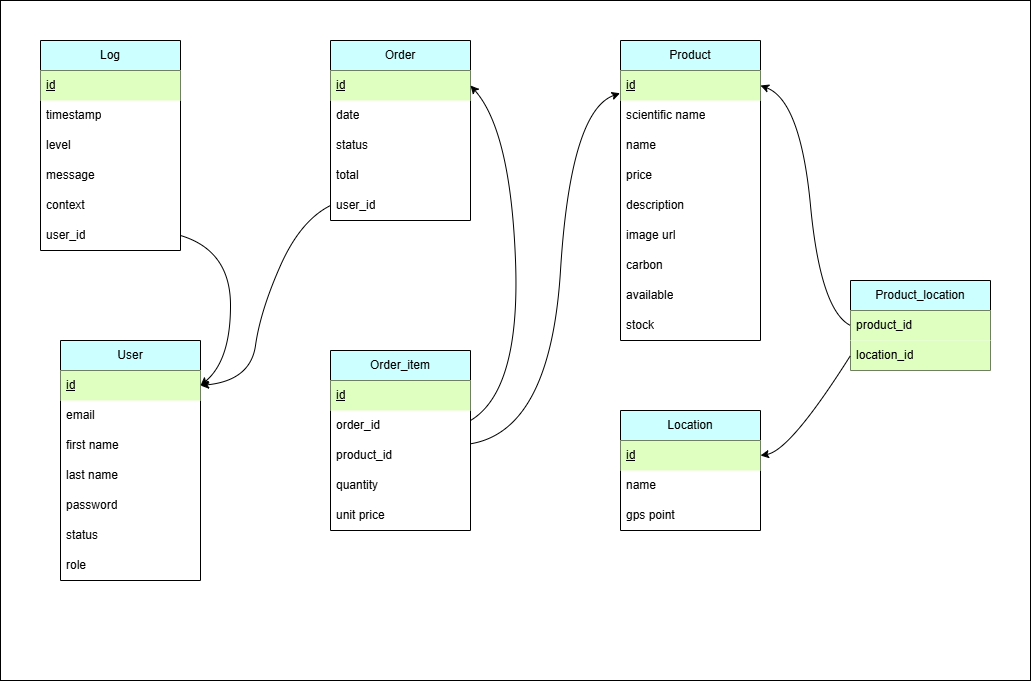
Earlier version of the draw.io export documents/Apothéose/merise/mld/MLD_GreenRoots.drawio.png (Salyarket/GreenRoots-Conception). Source tidied: cells renumbered, new cells last; positions are measured from the earlier drawing's top-left corner, leaving out a move shared by most shapes. Source of this version:
```xml
<mxGraphModel>
  <root>
    <mxCell id="0" />
    <mxCell id="1" parent="0" />
    <mxCell id="2" style="rounded=0;whiteSpace=wrap;html=1;" parent="1" vertex="1">
      <mxGeometry width="1030" height="680" as="geometry" />
    </mxCell>
    <mxCell id="3" value="User" style="swimlane;fontStyle=0;horizontal=1;startSize=30;whiteSpace=wrap;html=1;fillColor=#CCFFFF;" parent="1" vertex="1">
      <mxGeometry x="60" y="340" width="140" height="240" as="geometry" />
    </mxCell>
    <mxCell id="4" value="&lt;u&gt;id&lt;/u&gt;" style="text;strokeColor=none;fillColor=#DFFFC0;align=left;verticalAlign=middle;spacingLeft=4;spacingRight=4;overflow=hidden;points=[[0,0.5],[1,0.5]];portConstraint=eastwest;whiteSpace=wrap;html=1;" parent="3" vertex="1">
      <mxGeometry y="30" width="140" height="30" as="geometry" />
    </mxCell>
    <mxCell id="5" value="email" style="text;strokeColor=none;fillColor=none;align=left;verticalAlign=middle;spacingLeft=4;spacingRight=4;overflow=hidden;whiteSpace=wrap;html=1;" parent="3" vertex="1">
      <mxGeometry y="60" width="140" height="30" as="geometry" />
    </mxCell>
    <mxCell id="6" value="first name" style="text;strokeColor=none;fillColor=none;align=left;verticalAlign=middle;spacingLeft=4;spacingRight=4;overflow=hidden;whiteSpace=wrap;html=1;" parent="3" vertex="1">
      <mxGeometry y="90" width="140" height="30" as="geometry" />
    </mxCell>
    <mxCell id="7" value="last name" style="text;strokeColor=none;fillColor=none;align=left;verticalAlign=middle;spacingLeft=4;spacingRight=4;overflow=hidden;whiteSpace=wrap;html=1;" parent="3" vertex="1">
      <mxGeometry y="120" width="140" height="30" as="geometry" />
    </mxCell>
    <mxCell id="8" value="password" style="text;strokeColor=none;fillColor=none;align=left;verticalAlign=middle;spacingLeft=4;spacingRight=4;overflow=hidden;whiteSpace=wrap;html=1;" parent="3" vertex="1">
      <mxGeometry y="150" width="140" height="30" as="geometry" />
    </mxCell>
    <mxCell id="9" value="status" style="text;strokeColor=none;fillColor=none;align=left;verticalAlign=middle;spacingLeft=4;spacingRight=4;overflow=hidden;whiteSpace=wrap;html=1;" parent="3" vertex="1">
      <mxGeometry y="180" width="140" height="30" as="geometry" />
    </mxCell>
    <mxCell id="10" value="role" style="text;strokeColor=none;fillColor=none;align=left;verticalAlign=middle;spacingLeft=4;spacingRight=4;overflow=hidden;whiteSpace=wrap;html=1;" parent="3" vertex="1">
      <mxGeometry y="210" width="140" height="30" as="geometry" />
    </mxCell>
    <mxCell id="11" value="Product" style="swimlane;fontStyle=0;horizontal=1;startSize=30;whiteSpace=wrap;html=1;fillColor=#CCFFFF;" parent="1" vertex="1">
      <mxGeometry x="620" y="40" width="140" height="300" as="geometry" />
    </mxCell>
    <mxCell id="12" value="&lt;u&gt;id&lt;/u&gt;" style="text;strokeColor=none;fillColor=#DFFFC0;align=left;verticalAlign=middle;spacingLeft=4;spacingRight=4;overflow=hidden;points=[[0,0.5],[1,0.5]];portConstraint=eastwest;whiteSpace=wrap;html=1;" parent="11" vertex="1">
      <mxGeometry y="30" width="140" height="30" as="geometry" />
    </mxCell>
    <mxCell id="13" value="scientific name" style="text;strokeColor=none;fillColor=none;align=left;verticalAlign=middle;spacingLeft=4;spacingRight=4;overflow=hidden;whiteSpace=wrap;html=1;" parent="11" vertex="1">
      <mxGeometry y="60" width="140" height="30" as="geometry" />
    </mxCell>
    <mxCell id="14" value="name" style="text;strokeColor=none;fillColor=none;align=left;verticalAlign=middle;spacingLeft=4;spacingRight=4;overflow=hidden;whiteSpace=wrap;html=1;" parent="11" vertex="1">
      <mxGeometry y="90" width="140" height="30" as="geometry" />
    </mxCell>
    <mxCell id="15" value="price" style="text;strokeColor=none;fillColor=none;align=left;verticalAlign=middle;spacingLeft=4;spacingRight=4;overflow=hidden;whiteSpace=wrap;html=1;" parent="11" vertex="1">
      <mxGeometry y="120" width="140" height="30" as="geometry" />
    </mxCell>
    <mxCell id="16" value="description" style="text;strokeColor=none;fillColor=none;align=left;verticalAlign=middle;spacingLeft=4;spacingRight=4;overflow=hidden;whiteSpace=wrap;html=1;" parent="11" vertex="1">
      <mxGeometry y="150" width="140" height="30" as="geometry" />
    </mxCell>
    <mxCell id="17" value="image url" style="text;strokeColor=none;fillColor=none;align=left;verticalAlign=middle;spacingLeft=4;spacingRight=4;overflow=hidden;whiteSpace=wrap;html=1;" parent="11" vertex="1">
      <mxGeometry y="180" width="140" height="30" as="geometry" />
    </mxCell>
    <mxCell id="18" value="carbon" style="text;strokeColor=none;fillColor=none;align=left;verticalAlign=middle;spacingLeft=4;spacingRight=4;overflow=hidden;whiteSpace=wrap;html=1;" parent="11" vertex="1">
      <mxGeometry y="210" width="140" height="30" as="geometry" />
    </mxCell>
    <mxCell id="19" value="available" style="text;strokeColor=none;fillColor=none;align=left;verticalAlign=middle;spacingLeft=4;spacingRight=4;overflow=hidden;whiteSpace=wrap;html=1;" parent="11" vertex="1">
      <mxGeometry y="240" width="140" height="30" as="geometry" />
    </mxCell>
    <mxCell id="20" value="stock" style="text;strokeColor=none;fillColor=none;align=left;verticalAlign=middle;spacingLeft=4;spacingRight=4;overflow=hidden;whiteSpace=wrap;html=1;" parent="11" vertex="1">
      <mxGeometry y="270" width="140" height="30" as="geometry" />
    </mxCell>
    <mxCell id="21" value="Location" style="swimlane;fontStyle=0;horizontal=1;startSize=30;whiteSpace=wrap;html=1;fillColor=#CCFFFF;" parent="1" vertex="1">
      <mxGeometry x="620" y="410" width="140" height="120" as="geometry" />
    </mxCell>
    <mxCell id="22" value="&lt;u&gt;id&lt;/u&gt;" style="text;strokeColor=none;fillColor=#DFFFC0;align=left;verticalAlign=middle;spacingLeft=4;spacingRight=4;overflow=hidden;points=[[0,0.5],[1,0.5]];portConstraint=eastwest;whiteSpace=wrap;html=1;" parent="21" vertex="1">
      <mxGeometry y="30" width="140" height="30" as="geometry" />
    </mxCell>
    <mxCell id="23" value="name" style="text;strokeColor=none;fillColor=none;align=left;verticalAlign=middle;spacingLeft=4;spacingRight=4;overflow=hidden;whiteSpace=wrap;html=1;" parent="21" vertex="1">
      <mxGeometry y="60" width="140" height="30" as="geometry" />
    </mxCell>
    <mxCell id="24" value="gps point" style="text;strokeColor=none;fillColor=none;align=left;verticalAlign=middle;spacingLeft=4;spacingRight=4;overflow=hidden;whiteSpace=wrap;html=1;" parent="21" vertex="1">
      <mxGeometry y="90" width="140" height="30" as="geometry" />
    </mxCell>
    <mxCell id="25" value="Order" style="swimlane;fontStyle=0;horizontal=1;startSize=30;whiteSpace=wrap;html=1;fillColor=#CCFFFF;" parent="1" vertex="1">
      <mxGeometry x="330" y="40" width="140" height="180" as="geometry" />
    </mxCell>
    <mxCell id="26" value="&lt;u&gt;id&lt;/u&gt;" style="text;strokeColor=none;fillColor=#DFFFC0;align=left;verticalAlign=middle;spacingLeft=4;spacingRight=4;overflow=hidden;points=[[0,0.5],[1,0.5]];portConstraint=eastwest;whiteSpace=wrap;html=1;" parent="25" vertex="1">
      <mxGeometry y="30" width="140" height="30" as="geometry" />
    </mxCell>
    <mxCell id="27" value="date" style="text;strokeColor=none;fillColor=none;align=left;verticalAlign=middle;spacingLeft=4;spacingRight=4;overflow=hidden;whiteSpace=wrap;html=1;" parent="25" vertex="1">
      <mxGeometry y="60" width="140" height="30" as="geometry" />
    </mxCell>
    <mxCell id="28" value="status" style="text;strokeColor=none;fillColor=none;align=left;verticalAlign=middle;spacingLeft=4;spacingRight=4;overflow=hidden;whiteSpace=wrap;html=1;" parent="25" vertex="1">
      <mxGeometry y="90" width="140" height="30" as="geometry" />
    </mxCell>
    <mxCell id="29" value="total" style="text;strokeColor=none;fillColor=none;align=left;verticalAlign=middle;spacingLeft=4;spacingRight=4;overflow=hidden;whiteSpace=wrap;html=1;" parent="25" vertex="1">
      <mxGeometry y="120" width="140" height="30" as="geometry" />
    </mxCell>
    <mxCell id="30" value="user_id" style="text;strokeColor=none;fillColor=none;align=left;verticalAlign=middle;spacingLeft=4;spacingRight=4;overflow=hidden;points=[[0,0.5],[1,0.5]];portConstraint=eastwest;whiteSpace=wrap;html=1;" parent="25" vertex="1">
      <mxGeometry y="150" width="140" height="30" as="geometry" />
    </mxCell>
    <mxCell id="31" value="Log" style="swimlane;fontStyle=0;horizontal=1;startSize=30;whiteSpace=wrap;html=1;fillColor=#CCFFFF;" parent="1" vertex="1">
      <mxGeometry x="40" y="40" width="140" height="210" as="geometry" />
    </mxCell>
    <mxCell id="32" value="&lt;u&gt;id&lt;/u&gt;" style="text;strokeColor=none;fillColor=#DFFFC0;align=left;verticalAlign=middle;spacingLeft=4;spacingRight=4;overflow=hidden;whiteSpace=wrap;html=1;" parent="31" vertex="1">
      <mxGeometry y="30" width="140" height="30" as="geometry" />
    </mxCell>
    <mxCell id="33" value="timestamp" style="text;strokeColor=none;fillColor=none;align=left;verticalAlign=middle;spacingLeft=4;spacingRight=4;overflow=hidden;whiteSpace=wrap;html=1;" parent="31" vertex="1">
      <mxGeometry y="60" width="140" height="30" as="geometry" />
    </mxCell>
    <mxCell id="34" value="level" style="text;strokeColor=none;fillColor=none;align=left;verticalAlign=middle;spacingLeft=4;spacingRight=4;overflow=hidden;whiteSpace=wrap;html=1;" parent="31" vertex="1">
      <mxGeometry y="90" width="140" height="30" as="geometry" />
    </mxCell>
    <mxCell id="35" value="message" style="text;strokeColor=none;fillColor=none;align=left;verticalAlign=middle;spacingLeft=4;spacingRight=4;overflow=hidden;whiteSpace=wrap;html=1;" parent="31" vertex="1">
      <mxGeometry y="120" width="140" height="30" as="geometry" />
    </mxCell>
    <mxCell id="36" value="context" style="text;strokeColor=none;fillColor=none;align=left;verticalAlign=middle;spacingLeft=4;spacingRight=4;overflow=hidden;whiteSpace=wrap;html=1;" parent="31" vertex="1">
      <mxGeometry y="150" width="140" height="30" as="geometry" />
    </mxCell>
    <mxCell id="37" value="user_id" style="text;strokeColor=none;fillColor=none;align=left;verticalAlign=middle;spacingLeft=4;spacingRight=4;overflow=hidden;points=[[0,0.5],[1,0.5]];portConstraint=eastwest;whiteSpace=wrap;html=1;" parent="31" vertex="1">
      <mxGeometry y="180" width="140" height="30" as="geometry" />
    </mxCell>
    <mxCell id="38" value="Order_item" style="swimlane;fontStyle=0;horizontal=1;startSize=30;whiteSpace=wrap;html=1;fillColor=#CCFFFF;" parent="1" vertex="1">
      <mxGeometry x="330" y="350" width="140" height="180" as="geometry" />
    </mxCell>
    <mxCell id="39" value="&lt;u&gt;id&lt;/u&gt;" style="text;strokeColor=none;fillColor=#DFFFC0;align=left;verticalAlign=middle;spacingLeft=4;spacingRight=4;overflow=hidden;whiteSpace=wrap;html=1;" parent="38" vertex="1">
      <mxGeometry y="30" width="140" height="30" as="geometry" />
    </mxCell>
    <mxCell id="40" value="order_id" style="text;strokeColor=none;fillColor=none;align=left;verticalAlign=middle;spacingLeft=4;spacingRight=4;overflow=hidden;whiteSpace=wrap;html=1;" parent="38" vertex="1">
      <mxGeometry y="60" width="140" height="30" as="geometry" />
    </mxCell>
    <mxCell id="41" value="product_id" style="text;strokeColor=none;fillColor=none;align=left;verticalAlign=middle;spacingLeft=4;spacingRight=4;overflow=hidden;points=[[0,0.5],[1,0.5]];portConstraint=eastwest;whiteSpace=wrap;html=1;" parent="38" vertex="1">
      <mxGeometry y="90" width="140" height="30" as="geometry" />
    </mxCell>
    <mxCell id="42" value="quantity" style="text;strokeColor=none;fillColor=none;align=left;verticalAlign=middle;spacingLeft=4;spacingRight=4;overflow=hidden;whiteSpace=wrap;html=1;" parent="38" vertex="1">
      <mxGeometry y="120" width="140" height="30" as="geometry" />
    </mxCell>
    <mxCell id="43" value="unit price" style="text;strokeColor=none;fillColor=none;align=left;verticalAlign=middle;spacingLeft=4;spacingRight=4;overflow=hidden;whiteSpace=wrap;html=1;" parent="38" vertex="1">
      <mxGeometry y="150" width="140" height="30" as="geometry" />
    </mxCell>
    <mxCell id="44" value="Product_location" style="swimlane;fontStyle=0;horizontal=1;startSize=30;whiteSpace=wrap;html=1;fillColor=#CCFFFF;" parent="1" vertex="1">
      <mxGeometry x="850" y="280" width="140" height="90" as="geometry" />
    </mxCell>
    <mxCell id="45" value="product_id" style="text;strokeColor=none;fillColor=#DFFFC0;align=left;verticalAlign=middle;spacingLeft=4;spacingRight=4;overflow=hidden;points=[[0,0.5],[1,0.5]];portConstraint=eastwest;whiteSpace=wrap;html=1;" parent="44" vertex="1">
      <mxGeometry y="30" width="140" height="30" as="geometry" />
    </mxCell>
    <mxCell id="46" value="location_id" style="text;strokeColor=none;fillColor=#DFFFC0;align=left;verticalAlign=middle;spacingLeft=4;spacingRight=4;overflow=hidden;points=[[0,0.5],[1,0.5]];portConstraint=eastwest;whiteSpace=wrap;html=1;" parent="44" vertex="1">
      <mxGeometry y="60" width="140" height="30" as="geometry" />
    </mxCell>
    <mxCell id="47" style="curved=1;endArrow=classic;html=1;rounded=0;exitX=1.001;exitY=0.109;exitDx=0;exitDy=0;exitPerimeter=0;entryX=-0.003;entryY=0.758;entryDx=0;entryDy=0;entryPerimeter=0;" parent="1" edge="1" source="41" target="12">
      <mxGeometry relative="1" as="geometry">
        <Array as="points">
          <mxPoint x="550" y="430" />
          <mxPoint x="570" y="110" />
        </Array>
      </mxGeometry>
    </mxCell>
    <mxCell id="48" style="curved=1;endArrow=classic;html=1;rounded=0;entryX=1;entryY=0.5;entryDx=0;entryDy=0;" parent="1" edge="1" target="26">
      <mxGeometry relative="1" as="geometry">
        <mxPoint x="470" y="420" as="sourcePoint" />
        <Array as="points">
          <mxPoint x="520" y="390" />
          <mxPoint x="510" y="130" />
        </Array>
      </mxGeometry>
    </mxCell>
    <mxCell id="49" style="curved=1;endArrow=classic;html=1;rounded=0;exitX=0;exitY=0.5;exitDx=0;exitDy=0;entryX=1;entryY=0.5;entryDx=0;entryDy=0;" parent="1" edge="1" source="45" target="12">
      <mxGeometry relative="1" as="geometry">
        <Array as="points">
          <mxPoint x="820" y="310" />
          <mxPoint x="800" y="100" />
        </Array>
      </mxGeometry>
    </mxCell>
    <mxCell id="50" style="curved=1;endArrow=classic;html=1;rounded=0;exitX=0;exitY=0.5;exitDx=0;exitDy=0;entryX=1;entryY=0.5;entryDx=0;entryDy=0;" parent="1" edge="1" source="46" target="22">
      <mxGeometry relative="1" as="geometry">
        <Array as="points">
          <mxPoint x="790" y="450" />
        </Array>
      </mxGeometry>
    </mxCell>
    <mxCell id="51" style="curved=1;endArrow=classic;html=1;rounded=0;exitX=0;exitY=0.5;exitDx=0;exitDy=0;entryX=1;entryY=0.5;entryDx=0;entryDy=0;" parent="1" edge="1" source="30" target="4">
      <mxGeometry relative="1" as="geometry">
        <Array as="points">
          <mxPoint x="300" y="220" />
          <mxPoint x="260" y="310" />
          <mxPoint x="250" y="380" />
        </Array>
      </mxGeometry>
    </mxCell>
    <mxCell id="52" style="curved=1;endArrow=classic;html=1;rounded=0;exitX=1;exitY=0.5;exitDx=0;exitDy=0;entryX=1;entryY=0.5;entryDx=0;entryDy=0;" parent="1" edge="1" source="37" target="4">
      <mxGeometry relative="1" as="geometry">
        <Array as="points">
          <mxPoint x="230" y="250" />
          <mxPoint x="230" y="360" />
        </Array>
      </mxGeometry>
    </mxCell>
  </root>
</mxGraphModel>
```
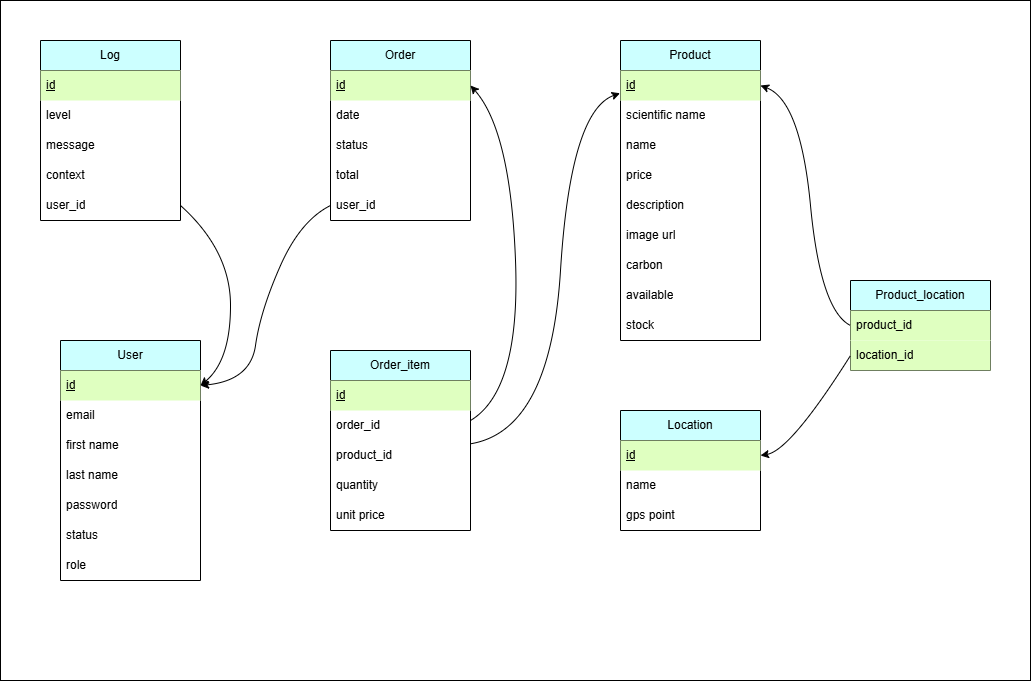
Above is the later version.

Change to the diagram source:
```diff
@@ -90,25 +90,22 @@
       <mxGeometry y="150" width="140" height="30" as="geometry" />
     </mxCell>
     <mxCell id="31" value="Log" style="swimlane;fontStyle=0;horizontal=1;startSize=30;whiteSpace=wrap;html=1;fillColor=#CCFFFF;" parent="1" vertex="1">
-      <mxGeometry x="40" y="40" width="140" height="210" as="geometry" />
+      <mxGeometry x="40" y="40" width="140" height="180" as="geometry" />
     </mxCell>
     <mxCell id="32" value="&lt;u&gt;id&lt;/u&gt;" style="text;strokeColor=none;fillColor=#DFFFC0;align=left;verticalAlign=middle;spacingLeft=4;spacingRight=4;overflow=hidden;whiteSpace=wrap;html=1;" parent="31" vertex="1">
       <mxGeometry y="30" width="140" height="30" as="geometry" />
     </mxCell>
-    <mxCell id="33" value="timestamp" style="text;strokeColor=none;fillColor=none;align=left;verticalAlign=middle;spacingLeft=4;spacingRight=4;overflow=hidden;whiteSpace=wrap;html=1;" parent="31" vertex="1">
-      <mxGeometry y="60" width="140" height="30" as="geometry" />
-    </mxCell>
     <mxCell id="34" value="level" style="text;strokeColor=none;fillColor=none;align=left;verticalAlign=middle;spacingLeft=4;spacingRight=4;overflow=hidden;whiteSpace=wrap;html=1;" parent="31" vertex="1">
-      <mxGeometry y="90" width="140" height="30" as="geometry" />
+      <mxGeometry y="60" width="140" height="30" as="geometry" />
     </mxCell>
     <mxCell id="35" value="message" style="text;strokeColor=none;fillColor=none;align=left;verticalAlign=middle;spacingLeft=4;spacingRight=4;overflow=hidden;whiteSpace=wrap;html=1;" parent="31" vertex="1">
-      <mxGeometry y="120" width="140" height="30" as="geometry" />
+      <mxGeometry y="90" width="140" height="30" as="geometry" />
     </mxCell>
     <mxCell id="36" value="context" style="text;strokeColor=none;fillColor=none;align=left;verticalAlign=middle;spacingLeft=4;spacingRight=4;overflow=hidden;whiteSpace=wrap;html=1;" parent="31" vertex="1">
-      <mxGeometry y="150" width="140" height="30" as="geometry" />
+      <mxGeometry y="120" width="140" height="30" as="geometry" />
     </mxCell>
     <mxCell id="37" value="user_id" style="text;strokeColor=none;fillColor=none;align=left;verticalAlign=middle;spacingLeft=4;spacingRight=4;overflow=hidden;points=[[0,0.5],[1,0.5]];portConstraint=eastwest;whiteSpace=wrap;html=1;" parent="31" vertex="1">
-      <mxGeometry y="180" width="140" height="30" as="geometry" />
+      <mxGeometry y="150" width="140" height="30" as="geometry" />
     </mxCell>
     <mxCell id="38" value="Order_item" style="swimlane;fontStyle=0;horizontal=1;startSize=30;whiteSpace=wrap;html=1;fillColor=#CCFFFF;" parent="1" vertex="1">
       <mxGeometry x="330" y="350" width="140" height="180" as="geometry" />
```
